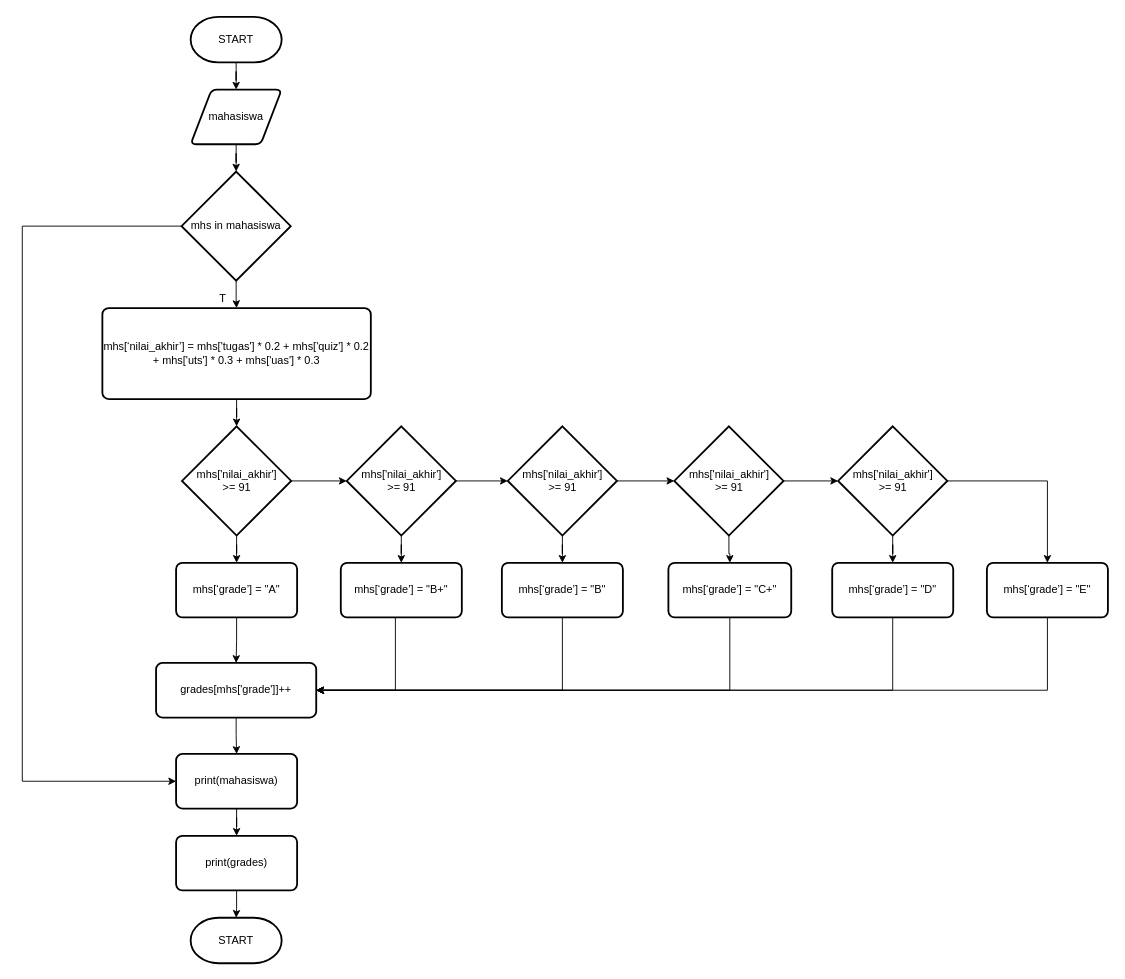
The draw.io diagram page "Page-2" (2 of 4) of 1.drawio in riezq25/uts-alpro-std, before the edit. Source tidied: cells renumbered, new cells numbered last; positions are measured from the earlier drawing's top-left corner, leaving out a move shared by most shapes. Both pictures are drawn from the tidied source at 91%, with x=0, y=0 at pixel (22, 16).
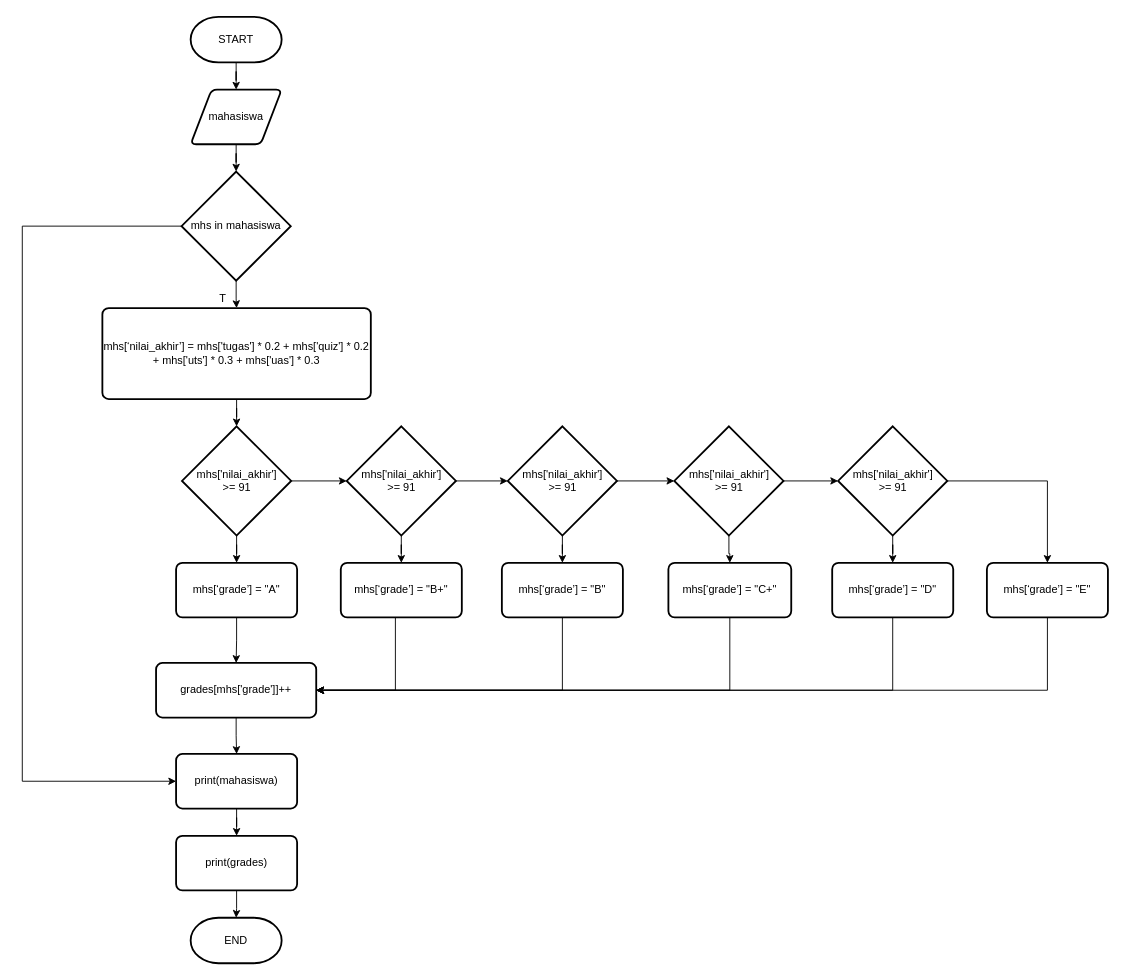
After the change.

Diff of the diagram source:
```diff
@@
-    <mxCell id="20" value="START" style="strokeWidth=2;html=1;shape=mxgraph.flowchart.terminator;whiteSpace=wrap;" parent="1" vertex="1">
+    <mxCell id="20" value="END" style="strokeWidth=2;html=1;shape=mxgraph.flowchart.terminator;whiteSpace=wrap;" parent="1" vertex="1">
       <mxGeometry x="185" y="990" width="100" height="50" as="geometry" />
     </mxCell>
```
